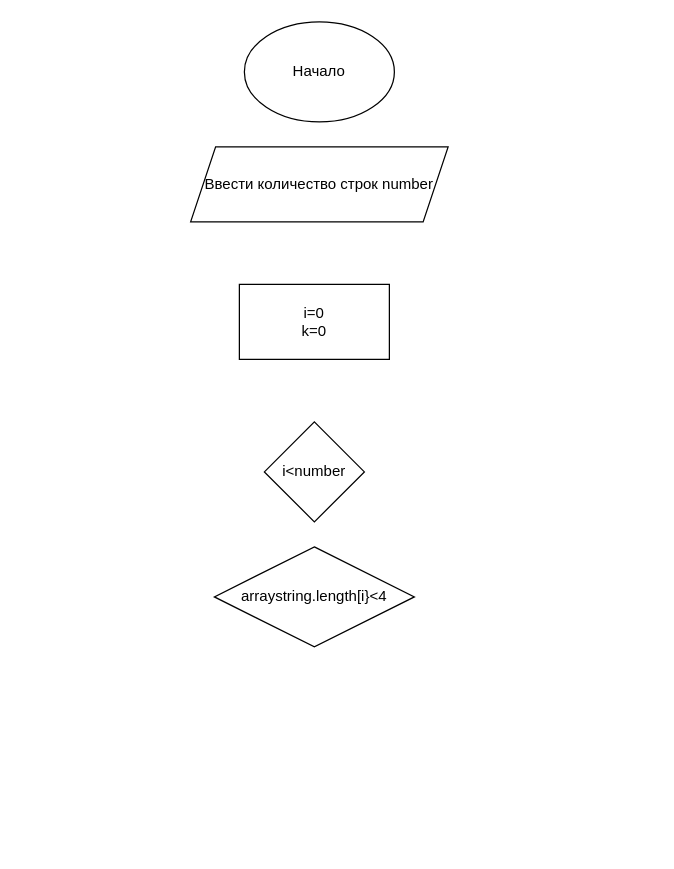
Earlier version of the draw.io diagram Project.drawio (ryacha1983/Final_Project_main_block). Source tidied: cells renumbered, new cells numbered last; positions are measured from the earlier drawing's top-left corner, leaving out a move shared by most shapes. Both pictures are drawn from the tidied source at 125%, with x=0, y=0 at pixel (190, 21).
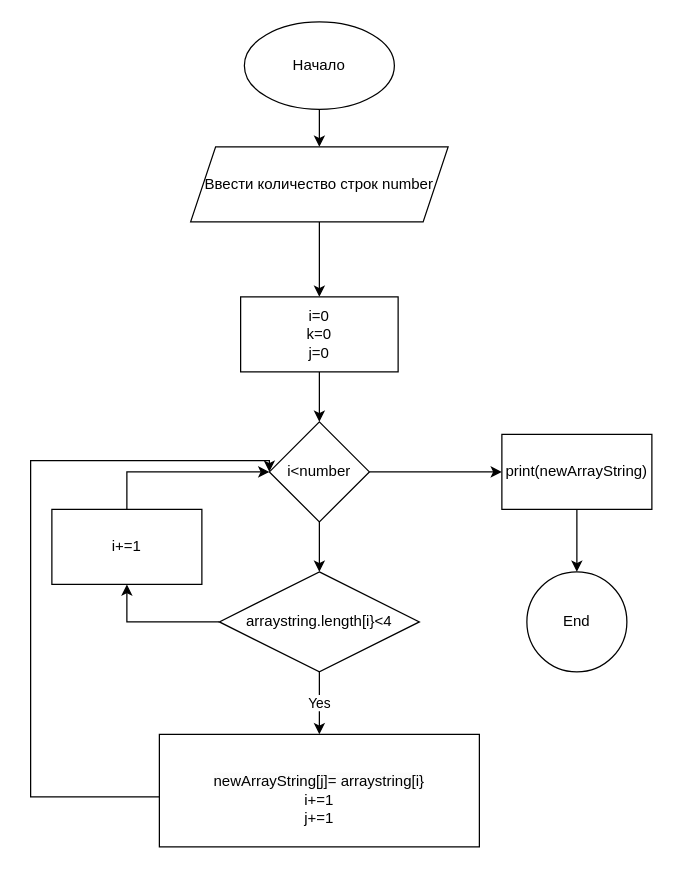
The same diagram, later.

Commit message (it also covers changes not shown here):
диаграмма готова

Unchanged cells that the change refers to:
```xml
<mxCell id="3" value="Ввести количество строк number" style="shape=parallelogram;perimeter=parallelogramPerimeter;whiteSpace=wrap;html=1;fixedSize=1;" parent="1" vertex="1">
  <mxGeometry y="100" width="206" height="60" as="geometry" />
</mxCell>
```

Diff of the diagram source:
```diff
@@
+    <mxCell id="7" style="edgeStyle=orthogonalEdgeStyle;rounded=0;jettySize=auto;html=1;entryX=0.5;entryY=0;entryDx=0;entryDy=0;" parent="1" edge="1" source="2" target="3">
+      <mxGeometry relative="1" as="geometry" />
+    </mxCell>
     <mxCell id="2" value="Начало" style="ellipse;whiteSpace=wrap;html=1;" parent="1" vertex="1">
-      <mxGeometry x="43" width="120" height="80" as="geometry" />
+      <mxGeometry x="43" width="120" height="70" as="geometry" />
     </mxCell>
+    <mxCell id="8" style="edgeStyle=orthogonalEdgeStyle;rounded=0;jettySize=auto;html=1;" parent="1" edge="1" source="3" target="4">
+      <mxGeometry relative="1" as="geometry" />
+    </mxCell>
@@
+    <mxCell id="9" style="edgeStyle=orthogonalEdgeStyle;rounded=0;jettySize=auto;html=1;entryX=0.5;entryY=0;entryDx=0;entryDy=0;" parent="1" edge="1" source="4" target="5">
+      <mxGeometry relative="1" as="geometry" />
+    </mxCell>
-    <mxCell id="4" value="i=0&lt;br&gt;k=0" style="rounded=0;whiteSpace=wrap;html=1;" parent="1" vertex="1">
-      <mxGeometry x="39" y="210" width="120" height="60" as="geometry" />
+    <mxCell id="4" value="i=0&lt;br&gt;k=0&lt;br&gt;j=0" style="rounded=0;whiteSpace=wrap;html=1;" parent="1" vertex="1">
+      <mxGeometry x="40" y="220" width="126" height="60" as="geometry" />
     </mxCell>
+    <mxCell id="10" style="edgeStyle=orthogonalEdgeStyle;rounded=0;jettySize=auto;html=1;entryX=0.5;entryY=0;entryDx=0;entryDy=0;" parent="1" edge="1" source="5" target="6">
+      <mxGeometry relative="1" as="geometry" />
+    </mxCell>
+    <mxCell id="11" style="edgeStyle=orthogonalEdgeStyle;rounded=0;jettySize=auto;html=1;entryX=0;entryY=0.5;entryDx=0;entryDy=0;" parent="1" edge="1" source="5" target="14">
+      <mxGeometry relative="1" as="geometry" />
+    </mxCell>
     <mxCell id="5" value="i&amp;lt;number" style="rhombus;whiteSpace=wrap;html=1;" parent="1" vertex="1">
-      <mxGeometry x="59" y="320" width="80" height="80" as="geometry" />
+      <mxGeometry x="63" y="320" width="80" height="80" as="geometry" />
     </mxCell>
+    <mxCell id="12" style="edgeStyle=orthogonalEdgeStyle;rounded=0;jettySize=auto;html=1;entryX=0.5;entryY=1;entryDx=0;entryDy=0;" parent="1" edge="1" source="6" target="20">
+      <mxGeometry relative="1" as="geometry" />
+    </mxCell>
     <mxCell id="6" value="arraystring.length[i}&amp;lt;4" style="rhombus;whiteSpace=wrap;html=1;" parent="1" vertex="1">
-      <mxGeometry x="19" y="420" width="160" height="80" as="geometry" />
+      <mxGeometry x="23" y="440" width="160" height="80" as="geometry" />
     </mxCell>
+    <mxCell id="13" style="edgeStyle=orthogonalEdgeStyle;rounded=0;jettySize=auto;html=1;entryX=0.5;entryY=0;entryDx=0;entryDy=0;" parent="1" edge="1" source="14" target="15">
+      <mxGeometry relative="1" as="geometry" />
+    </mxCell>
+    <mxCell id="14" value="print(newArrayString)&lt;br&gt;" style="rounded=0;whiteSpace=wrap;html=1;" parent="1" vertex="1">
+      <mxGeometry x="249" y="330" width="120" height="60" as="geometry" />
+    </mxCell>
+    <mxCell id="15" value="End" style="ellipse;whiteSpace=wrap;html=1;" parent="1" vertex="1">
+      <mxGeometry x="269" y="440" width="80" height="80" as="geometry" />
+    </mxCell>
+    <mxCell id="16" style="edgeStyle=orthogonalEdgeStyle;rounded=0;jettySize=auto;html=1;entryX=0;entryY=0.5;entryDx=0;entryDy=0;exitX=0;exitY=0.75;exitDx=0;exitDy=0;" parent="1" edge="1" source="17" target="5">
+      <mxGeometry relative="1" as="geometry">
+        <Array as="points">
+          <mxPoint x="43" y="620" />
+          <mxPoint x="-128" y="620" />
+          <mxPoint x="-128" y="351" />
+          <mxPoint x="63" y="351" />
+        </Array>
+      </mxGeometry>
+    </mxCell>
+    <mxCell id="17" value="&lt;br&gt;&lt;span style=&quot;color: rgb(0, 0, 0); font-family: Helvetica; font-size: 12px; font-style: normal; font-variant-ligatures: normal; font-variant-caps: normal; font-weight: 400; letter-spacing: normal; orphans: 2; text-align: center; text-indent: 0px; text-transform: none; widows: 2; word-spacing: 0px; -webkit-text-stroke-width: 0px; background-color: rgb(251, 251, 251); text-decoration-thickness: initial; text-decoration-style: initial; text-decoration-color: initial; float: none; display: inline !important;&quot;&gt;newArrayString[j]= arraystring[i}&lt;br&gt;&lt;/span&gt;i+=1&lt;br&gt;j+=1" style="rounded=0;whiteSpace=wrap;html=1;" parent="1" vertex="1">
+      <mxGeometry x="-25" y="570" width="256" height="90" as="geometry" />
+    </mxCell>
+    <mxCell id="18" value="Yes" style="edgeStyle=orthogonalEdgeStyle;rounded=0;jettySize=auto;html=1;entryX=0.5;entryY=0;entryDx=0;entryDy=0;" parent="1" edge="1" source="6" target="17">
+      <mxGeometry relative="1" as="geometry">
+        <Array as="points">
+          <mxPoint x="103" y="550" />
+          <mxPoint x="103" y="550" />
+        </Array>
+      </mxGeometry>
+    </mxCell>
+    <mxCell id="19" style="edgeStyle=orthogonalEdgeStyle;rounded=0;jettySize=auto;html=1;entryX=0;entryY=0.5;entryDx=0;entryDy=0;exitX=0.5;exitY=0;exitDx=0;exitDy=0;" parent="1" edge="1" source="20" target="5">
+      <mxGeometry relative="1" as="geometry" />
+    </mxCell>
+    <mxCell id="20" value="i+=1" style="rounded=0;whiteSpace=wrap;html=1;" parent="1" vertex="1">
+      <mxGeometry x="-111" y="390" width="120" height="60" as="geometry" />
+    </mxCell>
```
